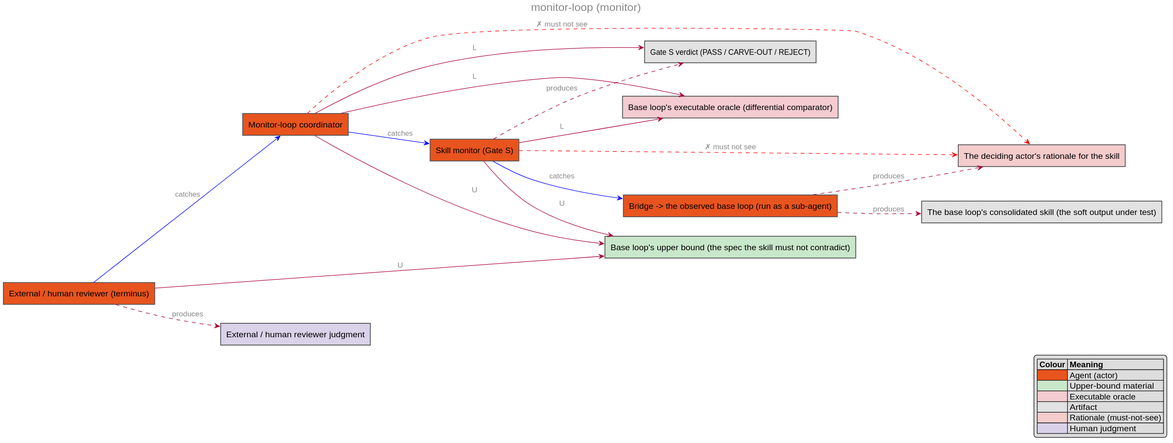
Earlier version of the PlantUML export docs/img/monitor-loop.svg (canonical/squeeze-loop).
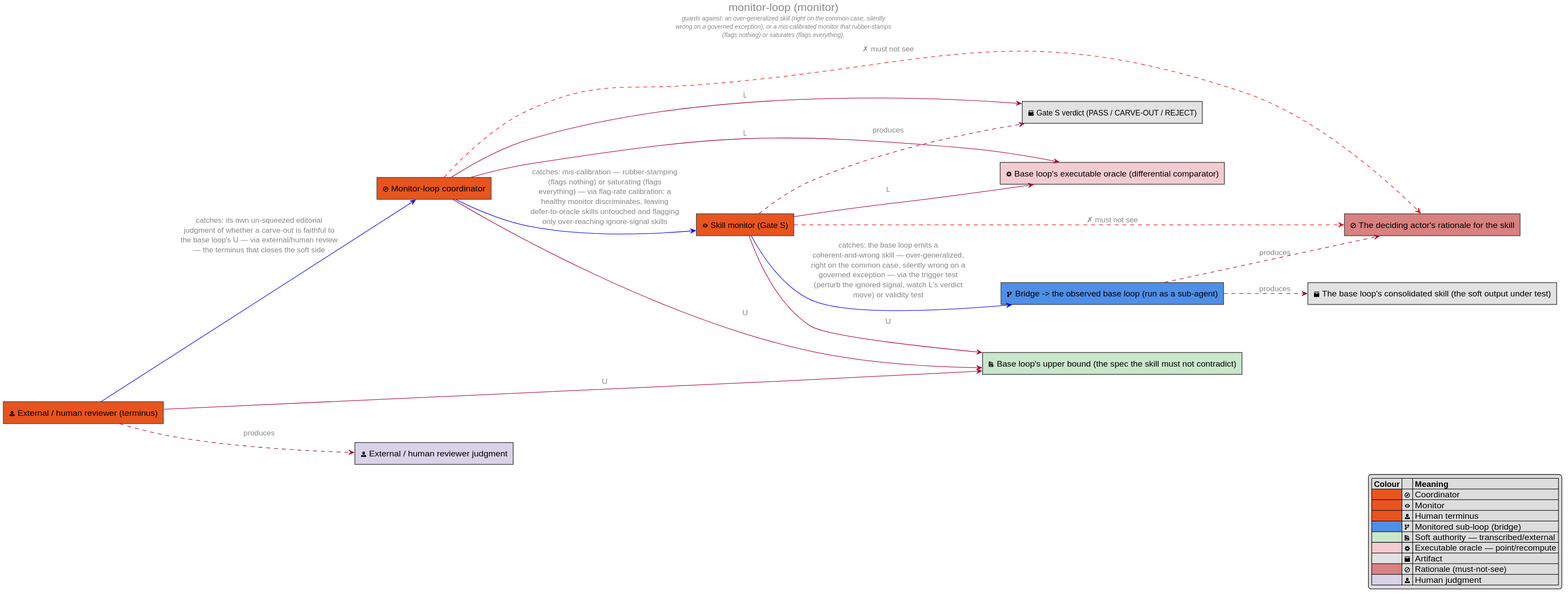
The same file after the commit.

What changed in the source:
```diff
@@ -1,22 +1,22 @@
 @startuml monitor-loop
-title monitor-loop (monitor)
+title monitor-loop (monitor)\n<size:11><i>guards against: an over-generalized skill (right on the common case, silently</i></size>\n<size:11><i>wrong on a governed exception), or a mis-calibrated monitor that rubber-stamps</i></size>\n<size:11><i>(flags nothing) or saturates (flags everything).</i></size>
 left to right direction
 skinparam rectangleBorderColor #555
 skinparam shadowing false
 skinparam ArrowFontColor #888888
 skinparam TitleFontColor #888888
 
-rectangle "Monitor-loop coordinator" as A_coordinator #E8541E
-rectangle "Skill monitor (Gate S)" as A_monitor #E8541E
-rectangle "Bridge -> the observed base loop (run as a sub-agent)" as A_sub_base #E8541E
-rectangle "External / human reviewer (terminus)" as A_human_reviewer #E8541E
+rectangle "<&compass> Monitor-loop coordinator" as A_coordinator #E8541E
+rectangle "<&eye> Skill monitor (Gate S)" as A_monitor #E8541E
+rectangle "<&fork> Bridge -> the observed base loop (run as a sub-agent)" as A_sub_base #4E8FE8
+rectangle "<&person> External / human reviewer (terminus)" as A_human_reviewer #E8541E
 
-rectangle "Base loop's upper bound (the spec the skill must not contradict)" as S_base_u #C9E7CB
-rectangle "Base loop's executable oracle (differential comparator)" as S_base_l #F3CBD0
-rectangle "The base loop's consolidated skill (the soft output under test)" as S_skill_under_test #E2E2E2
-rectangle "The deciding actor's rationale for the skill" as S_producer_rationale #F4CCCC
-rectangle "Gate S verdict (PASS / CARVE-OUT / REJECT)" as S_gate_s_verdict #E2E2E2
-rectangle "External / human reviewer judgment" as S_human_review #D9D2E9
+rectangle "<&document> Base loop's upper bound (the spec the skill must not contradict)" as S_base_u #C9E7CB
+rectangle "<&cog> Base loop's executable oracle (differential comparator)" as S_base_l #F3CBD0
+rectangle "<&box> The base loop's consolidated skill (the soft output under test)" as S_skill_under_test #E2E2E2
+rectangle "<&ban> The deciding actor's rationale for the skill" as S_producer_rationale #D98080
+rectangle "<&box> Gate S verdict (PASS / CARVE-OUT / REJECT)" as S_gate_s_verdict #E2E2E2
+rectangle "<&person> External / human reviewer judgment" as S_human_review #D9D2E9
 
 A_coordinator --> S_base_u : U
 A_coordinator --> S_base_l : L
@@ -32,17 +32,20 @@
 A_coordinator -[#red,dashed]-> S_producer_rationale : ✗ must not see
 A_monitor -[#red,dashed]-> S_producer_rationale : ✗ must not see
 
-A_monitor -[#blue]-> A_sub_base : catches
-A_coordinator -[#blue]-> A_monitor : catches
-A_human_reviewer -[#blue]-> A_coordinator : catches
+A_monitor -[#blue]-> A_sub_base : catches: the base loop emits a\ncoherent-and-wrong skill — over-generalized,\nright on the common case, silently wrong on a\ngoverned exception — via the trigger test\n(perturb the ignored signal, watch L's verdict\nmove) or validity test
+A_coordinator -[#blue]-> A_monitor : catches: mis-calibration — rubber-stamping\n(flags nothing) or saturating (flags\neverything) — via flag-rate calibration: a\nhealthy monitor discriminates, leaving\ndefer-to-oracle skills untouched and flagging\nonly over-reaching ignore-signal skills
+A_human_reviewer -[#blue]-> A_coordinator : catches: its own un-squeezed editorial\njudgment of whether a carve-out is faithful to\nthe base loop's U — via external/human review\n— the terminus that closes the soft side
 
 legend right
-|= Colour |= Meaning |
-|<#E8541E>| Agent (actor) |
-|<#C9E7CB>| Upper-bound material |
-|<#F3CBD0>| Executable oracle |
-|<#E2E2E2>| Artifact |
-|<#F4CCCC>| Rationale (must-not-see) |
-|<#D9D2E9>| Human judgment |
+|= Colour |=  |= Meaning |
+|<#E8541E>| <&compass> | Coordinator |
+|<#E8541E>| <&eye> | Monitor |
+|<#E8541E>| <&person> | Human terminus |
+|<#4E8FE8>| <&fork> | Monitored sub-loop (bridge) |
+|<#C9E7CB>| <&document> | Soft authority — transcribed/external |
+|<#F3CBD0>| <&cog> | Executable oracle — point/recompute |
+|<#E2E2E2>| <&box> | Artifact |
+|<#D98080>| <&ban> | Rationale (must-not-see) |
+|<#D9D2E9>| <&person> | Human judgment |
 endlegend
 @enduml
```
